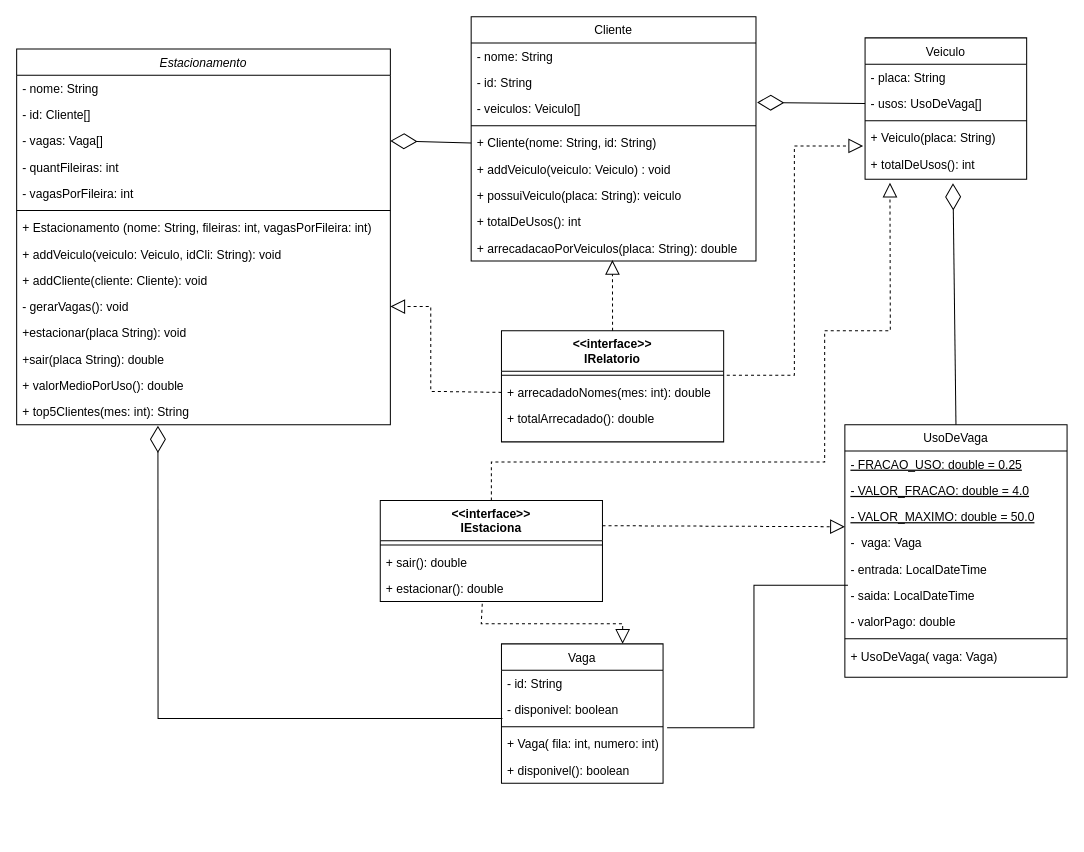
Above: docs/diagramas/Diagrama UML.drawio in pucmg-aulas/projeto3-G2 (draw.io), before the change. Source tidied: cells renumbered, new cells numbered last; positions are measured from the earlier drawing's top-left corner, leaving out a move shared by most shapes. Both pictures are drawn from the tidied source at 101%, with x=0, y=0 at pixel (16, 16).
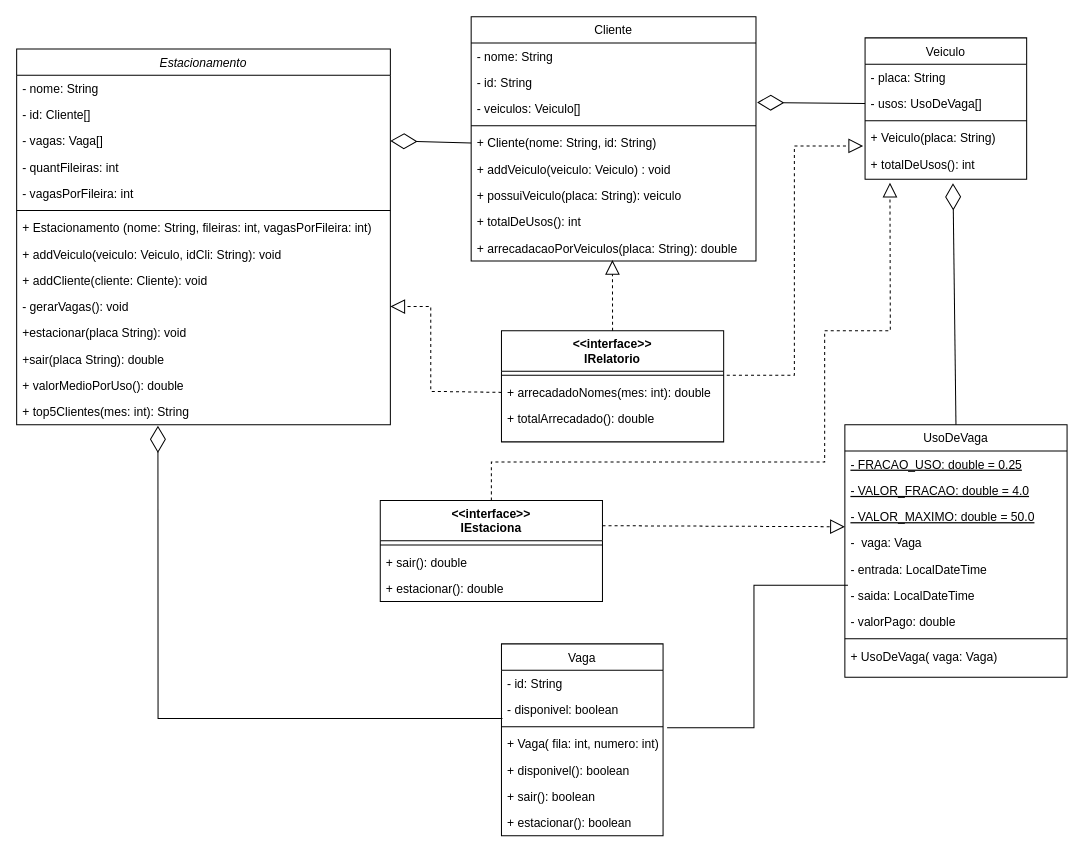
Above is the later version.

Unchanged cells that the change refers to:
```xml
<mxCell id="56" value="+ estacionar(): double" style="text;align=left;verticalAlign=top;spacingLeft=4;spacingRight=4;overflow=hidden;points=[[0,0.5],[1,0.5]];portConstraint=eastwest;" parent="53" vertex="1">
  <mxGeometry y="74" width="220" height="26" as="geometry" />
</mxCell>
```

Change to the diagram source:
```diff
@@
     <mxCell id="17" value="Vaga" style="swimlane;fontStyle=0;align=center;verticalAlign=top;horizontal=1;startSize=26;rounded=0;shadow=0;strokeWidth=1;" parent="1" vertex="1">
-      <mxGeometry x="480" y="621" width="160" height="138" as="geometry" />
+      <mxGeometry x="480" y="621" width="160" height="190" as="geometry" />
     </mxCell>
@@
+    <mxCell id="68" value="+ sair(): boolean" style="text;align=left;verticalAlign=top;spacingLeft=4;spacingRight=4;overflow=hidden;" parent="17" vertex="1">
+      <mxGeometry y="138" width="160" height="26" as="geometry" />
+    </mxCell>
+    <mxCell id="69" value="+ estacionar(): boolean" style="text;align=left;verticalAlign=top;spacingLeft=4;spacingRight=4;overflow=hidden;" parent="17" vertex="1">
+      <mxGeometry y="164" width="160" height="26" as="geometry" />
+    </mxCell>
@@
-    <mxCell id="63" style="endArrow=block;dashed=1;endFill=0;endSize=12;html=1;rounded=0;entryX=0.75;entryY=0;entryDx=0;entryDy=0;exitX=0.459;exitY=1.089;exitDx=0;exitDy=0;exitPerimeter=0;" parent="1" edge="1" source="56" target="17">
-      <mxGeometry relative="1" as="geometry">
-        <Array as="points">
-          <mxPoint x="460" y="601" />
-          <mxPoint x="600" y="601" />
-        </Array>
-      </mxGeometry>
-    </mxCell>
```
